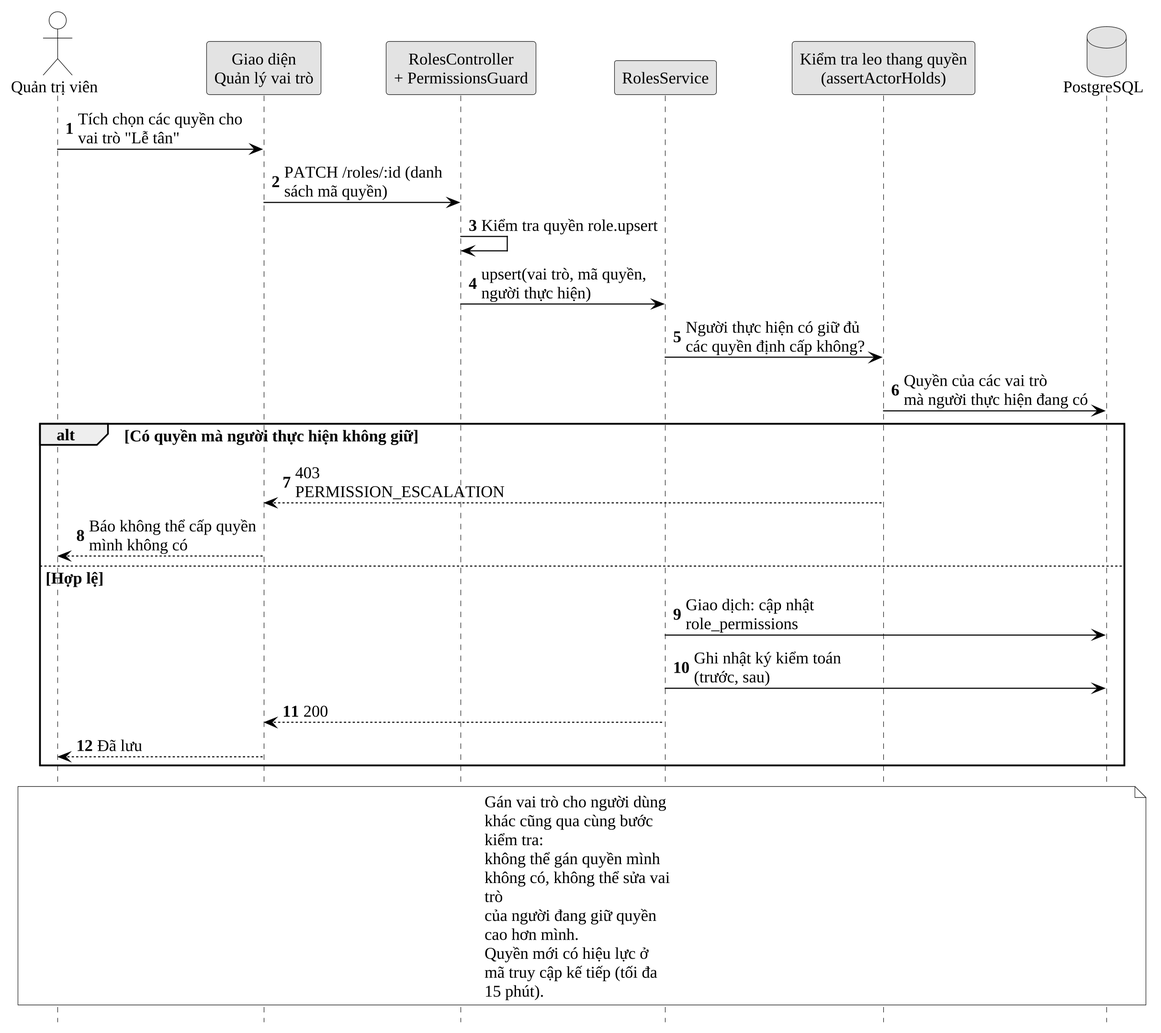
Before: docs/10_Thesis/bao-cao/hinh/3-23-tuan-tu-phan-quyen.png, a diagram exported from PlantUML (Trantuan0310/dental-clinic-nestjs-react).
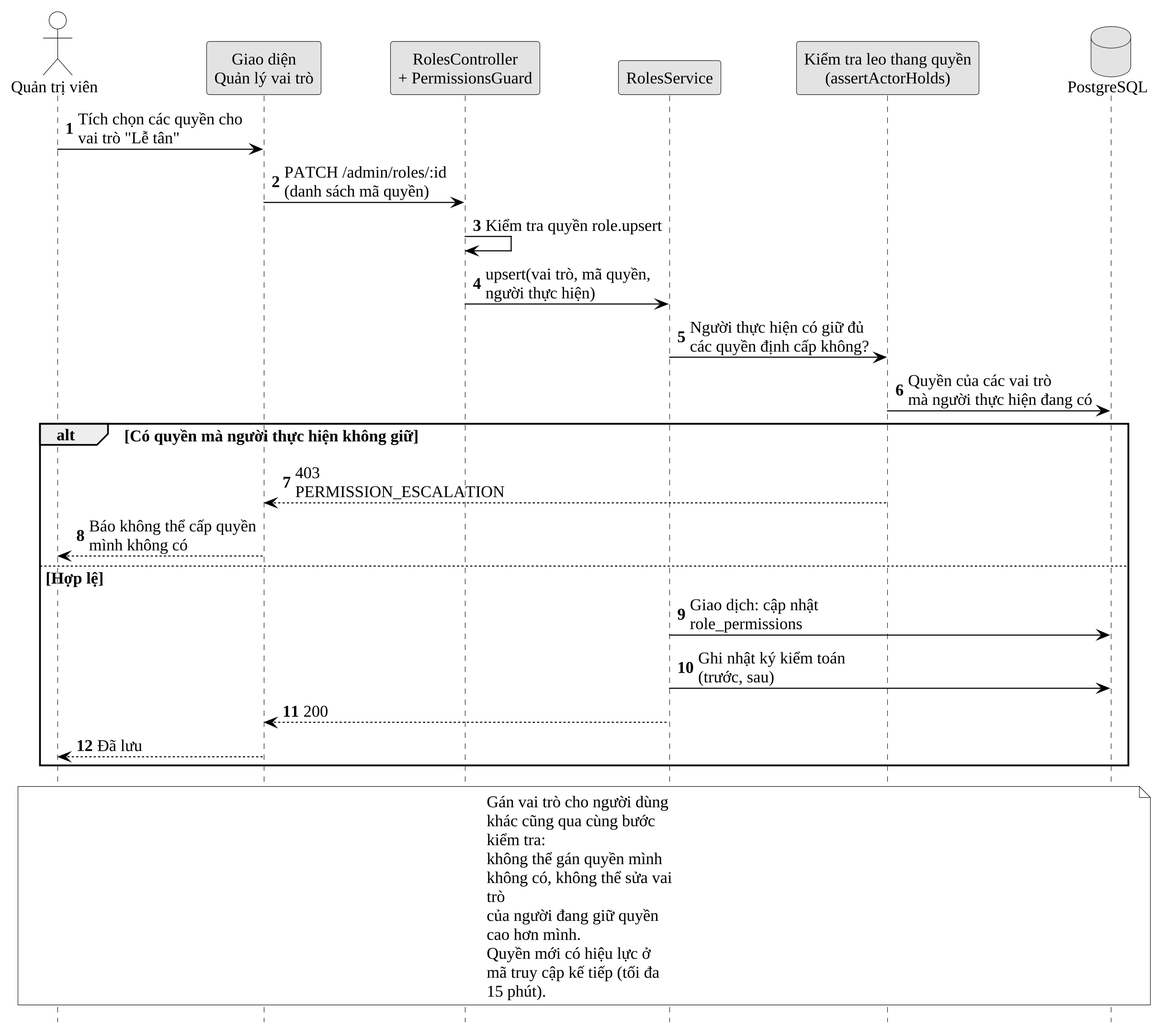
The same file after the commit.

Diff of the diagram source:
```diff
@@ -9,7 +9,7 @@
 participant "Kiểm tra leo thang quyền\n(assertActorHolds)" as E
 database "PostgreSQL" as DB
 QT -> FE : Tích chọn các quyền cho vai trò "Lễ tân"
-FE -> C : PATCH /roles/:id (danh sách mã quyền)
+FE -> C : PATCH /admin/roles/:id (danh sách mã quyền)
 C -> C : Kiểm tra quyền role.upsert
 C -> S : upsert(vai trò, mã quyền, người thực hiện)
 S -> E : Người thực hiện có giữ đủ\ncác quyền định cấp không?
```
